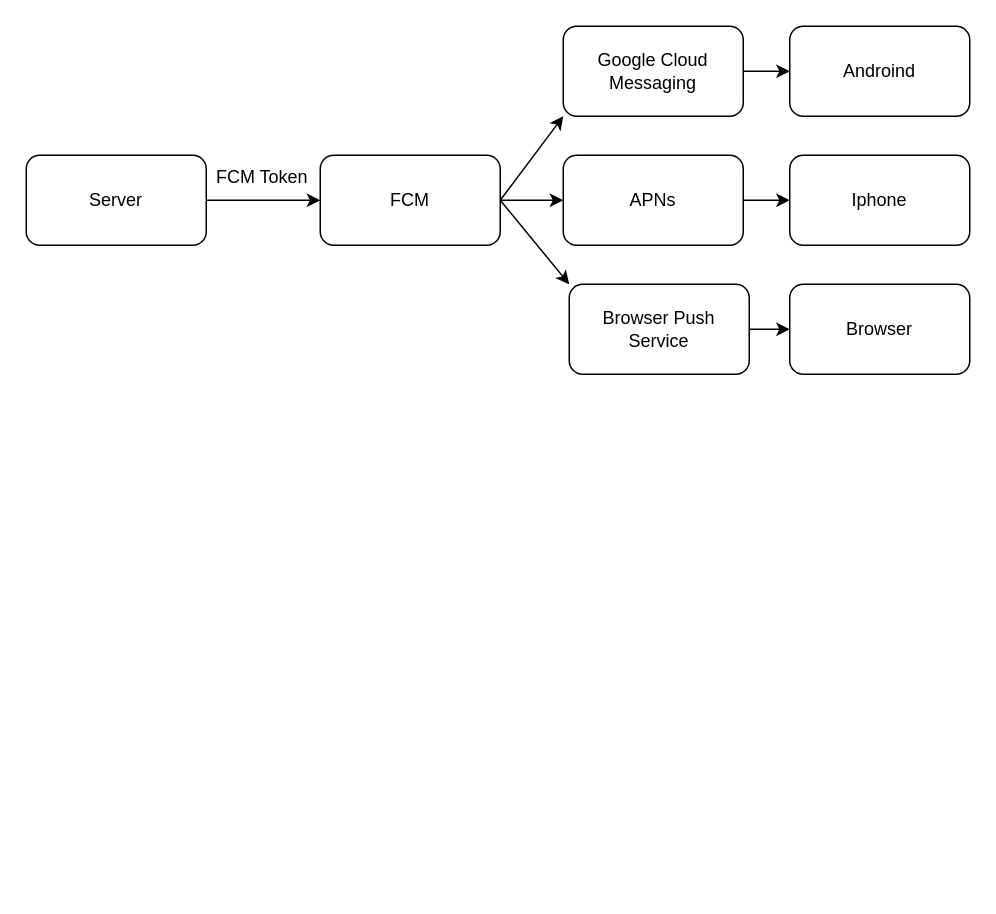
inilay/ATS keeps this draw.io diagram as page "Page-3" (3 of 6) of backend/brackets.dio. Above is the earlier version. Source tidied: cells renumbered, new cells numbered last; positions are measured from the earlier drawing's top-left corner, leaving out a move shared by most shapes. Both pictures are drawn from the tidied source at 150%, with x=0, y=0 at pixel (26, 26).
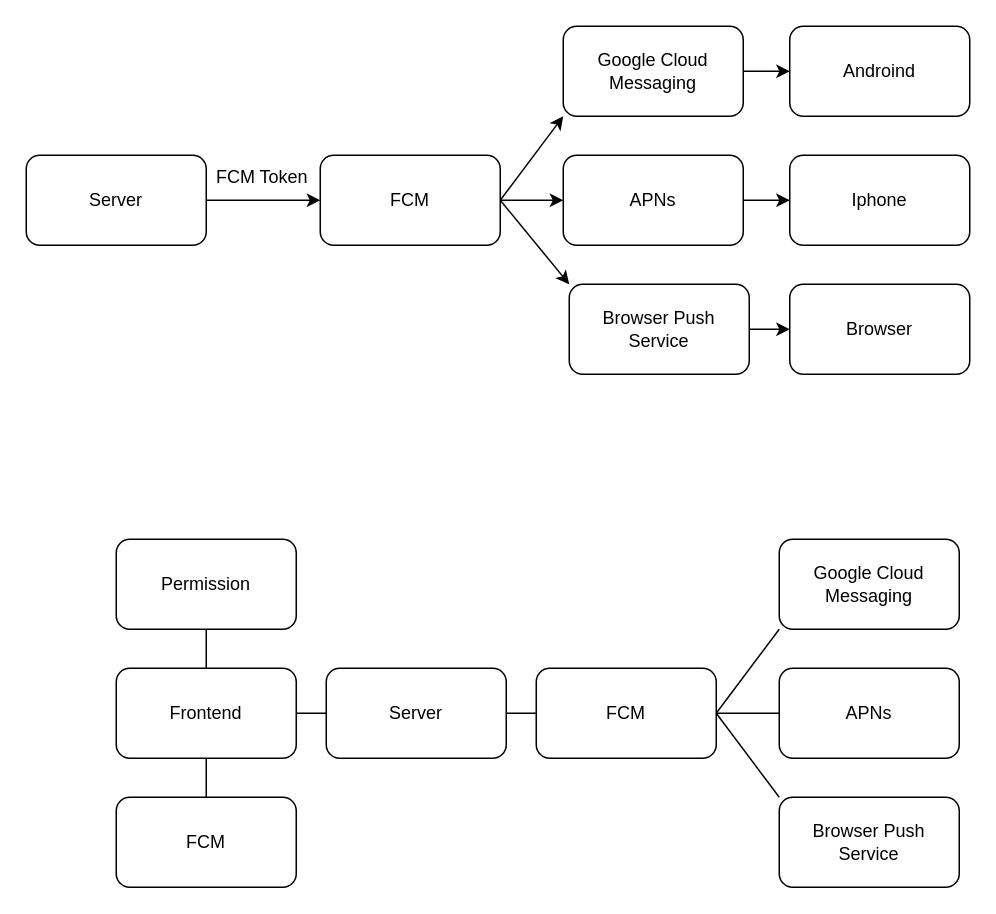
The same page after the edit.

Diff of the diagram source:
```diff
@@
+    <mxCell id="18" style="edgeStyle=none;html=1;entryX=0;entryY=0.5;entryDx=0;entryDy=0;startArrow=none;startFill=0;endArrow=none;endFill=0;" parent="1" edge="1" source="19" target="23">
+      <mxGeometry relative="1" as="geometry" />
+    </mxCell>
+    <mxCell id="19" value="Server" style="rounded=1;whiteSpace=wrap;html=1;" parent="1" vertex="1">
+      <mxGeometry x="200" y="428" width="120" height="60" as="geometry" />
+    </mxCell>
+    <mxCell id="20" style="edgeStyle=none;html=1;exitX=1;exitY=0.5;exitDx=0;exitDy=0;entryX=0;entryY=0.5;entryDx=0;entryDy=0;startArrow=none;startFill=0;endArrow=none;endFill=0;" parent="1" edge="1" source="23" target="25">
+      <mxGeometry relative="1" as="geometry" />
+    </mxCell>
+    <mxCell id="21" style="edgeStyle=none;html=1;exitX=1;exitY=0.5;exitDx=0;exitDy=0;entryX=0;entryY=1;entryDx=0;entryDy=0;startArrow=none;startFill=0;endArrow=none;endFill=0;" parent="1" edge="1" source="23" target="24">
+      <mxGeometry relative="1" as="geometry" />
+    </mxCell>
+    <mxCell id="22" style="edgeStyle=none;html=1;exitX=1;exitY=0.5;exitDx=0;exitDy=0;entryX=0;entryY=0;entryDx=0;entryDy=0;startArrow=none;startFill=0;endArrow=none;endFill=0;" parent="1" edge="1" source="23" target="26">
+      <mxGeometry relative="1" as="geometry" />
+    </mxCell>
+    <mxCell id="23" value="FCM" style="rounded=1;whiteSpace=wrap;html=1;" parent="1" vertex="1">
+      <mxGeometry x="340" y="428" width="120" height="60" as="geometry" />
+    </mxCell>
+    <mxCell id="24" value="Google Cloud Messaging" style="rounded=1;whiteSpace=wrap;html=1;" parent="1" vertex="1">
+      <mxGeometry x="502" y="342" width="120" height="60" as="geometry" />
+    </mxCell>
+    <mxCell id="25" value="APNs" style="rounded=1;whiteSpace=wrap;html=1;" parent="1" vertex="1">
+      <mxGeometry x="502" y="428" width="120" height="60" as="geometry" />
+    </mxCell>
+    <mxCell id="26" value="Browser Push Service" style="rounded=1;whiteSpace=wrap;html=1;" parent="1" vertex="1">
+      <mxGeometry x="502" y="514" width="120" height="60" as="geometry" />
+    </mxCell>
+    <mxCell id="27" style="edgeStyle=none;html=1;exitX=1;exitY=0.5;exitDx=0;exitDy=0;entryX=0;entryY=0.5;entryDx=0;entryDy=0;startArrow=none;startFill=0;endArrow=none;endFill=0;" parent="1" edge="1" source="29" target="19">
+      <mxGeometry relative="1" as="geometry" />
+    </mxCell>
+    <mxCell id="28" style="edgeStyle=none;html=1;entryX=0.5;entryY=0;entryDx=0;entryDy=0;endArrow=none;endFill=0;startArrow=none;startFill=0;" parent="1" edge="1" source="29" target="32">
+      <mxGeometry relative="1" as="geometry" />
+    </mxCell>
+    <mxCell id="29" value="Frontend" style="rounded=1;whiteSpace=wrap;html=1;" parent="1" vertex="1">
+      <mxGeometry x="60" y="428" width="120" height="60" as="geometry" />
+    </mxCell>
+    <mxCell id="30" style="edgeStyle=none;html=1;entryX=0.5;entryY=0;entryDx=0;entryDy=0;endArrow=none;endFill=0;" parent="1" edge="1" source="31" target="29">
+      <mxGeometry relative="1" as="geometry" />
+    </mxCell>
+    <mxCell id="31" value="Permission" style="rounded=1;whiteSpace=wrap;html=1;" parent="1" vertex="1">
+      <mxGeometry x="60" y="342" width="120" height="60" as="geometry" />
+    </mxCell>
+    <mxCell id="32" value="FCM" style="rounded=1;whiteSpace=wrap;html=1;" parent="1" vertex="1">
+      <mxGeometry x="60" y="514" width="120" height="60" as="geometry" />
+    </mxCell>
```
